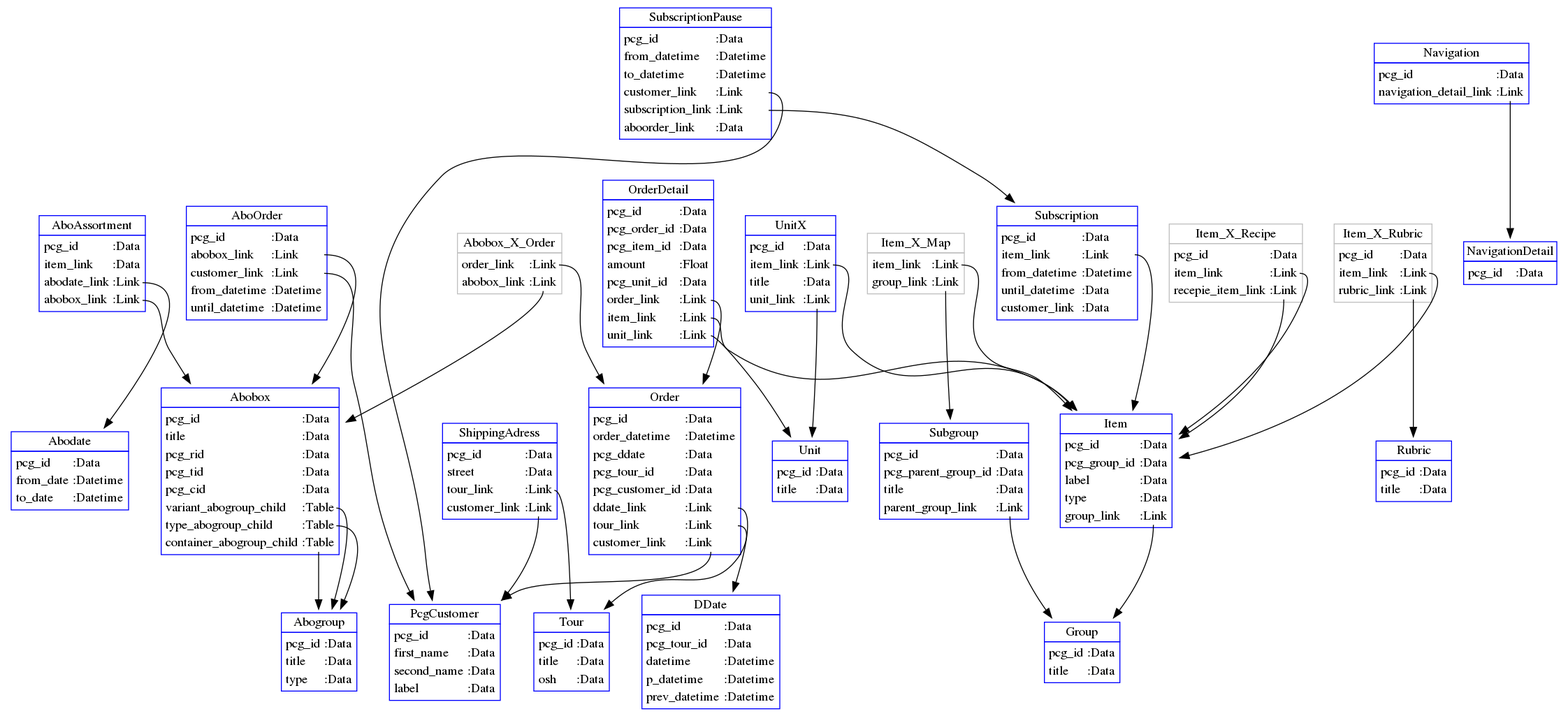
Earlier version of the Graphviz export out.png (stephenBDT/frappe-doctype-to-er-dot). Its source is kept beside it as out.dot.
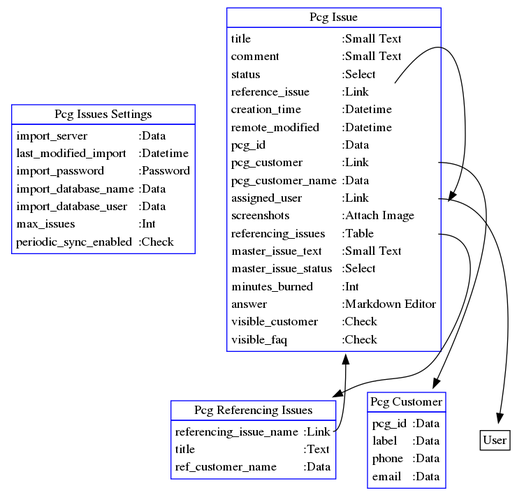
Above is the later version.

What changed in the source:
```diff
@@ -1,206 +1,80 @@
 digraph models_diagram {
- graph[overlap=false, splines=true]Abobox[
+ graph[overlap=false, splines=true]PcgIssuesSettings[
 shape=plaintext
 label=<<table border='0' cellborder='1' color='blue' cellspacing='0'>
-<tr><td>Abobox</td></tr>
+<tr><td>Pcg Issues Settings</td></tr>
 <tr><td><table border='0' color='orange' cellspacing='0' cellborder='0'>
-<tr><td align='left'>pcg_id</td><td align='left'  port='pcg_id'>:Data</td></tr>
+<tr><td align='left'>import_server</td><td align='left'  port='import_server'>:Data</td></tr>
 
-<tr><td align='left'>title</td><td align='left'  port='title'>:Data</td></tr>
+<tr><td align='left'>last_modified_import</td><td align='left'  port='last_modified_import'>:Datetime</td></tr>
 
-<tr><td align='left'>pcg_rid</td><td align='left'  port='pcg_rid'>:Data</td></tr>
+<tr><td align='left'>import_password</td><td align='left'  port='import_password'>:Password</td></tr>
 
-<tr><td align='left'>pcg_tid</td><td align='left'  port='pcg_tid'>:Data</td></tr>
+<tr><td align='left'>import_database_name</td><td align='left'  port='import_database_name'>:Data</td></tr>
 
-<tr><td align='left'>pcg_cid</td><td align='left'  port='pcg_cid'>:Data</td></tr>
+<tr><td align='left'>import_database_user</td><td align='left'  port='import_database_user'>:Data</td></tr>
 
-<tr><td align='left'>variant_abogroup_child</td><td align='left'  port='variant_abogroup_child'>:Table</td></tr>
+<tr><td align='left'>max_issues</td><td align='left'  port='max_issues'>:Int</td></tr>
 
-<tr><td align='left'>type_abogroup_child</td><td align='left'  port='type_abogroup_child'>:Table</td></tr>
-
-<tr><td align='left'>container_abogroup_child</td><td align='left'  port='container_abogroup_child'>:Table</td></tr>
+<tr><td align='left'>periodic_sync_enabled</td><td align='left'  port='periodic_sync_enabled'>:Check</td></tr>
 </table></td></tr>
 </table>
 >];
 
-Unit[
+PcgIssue[
 shape=plaintext
 label=<<table border='0' cellborder='1' color='blue' cellspacing='0'>
-<tr><td>Unit</td></tr>
+<tr><td>Pcg Issue</td></tr>
 <tr><td><table border='0' color='orange' cellspacing='0' cellborder='0'>
+<tr><td align='left'>title</td><td align='left'  port='title'>:Small Text</td></tr>
+
+<tr><td align='left'>comment</td><td align='left'  port='comment'>:Small Text</td></tr>
+
+<tr><td align='left'>status</td><td align='left'  port='status'>:Select</td></tr>
+
+<tr><td align='left'>reference_issue</td><td align='left'  port='reference_issue'>:Link</td></tr>
+
+<tr><td align='left'>creation_time</td><td align='left'  port='creation_time'>:Datetime</td></tr>
+
+<tr><td align='left'>remote_modified</td><td align='left'  port='remote_modified'>:Datetime</td></tr>
+
 <tr><td align='left'>pcg_id</td><td align='left'  port='pcg_id'>:Data</td></tr>
 
-<tr><td align='left'>title</td><td align='left'  port='title'>:Data</td></tr>
+<tr><td align='left'>pcg_customer</td><td align='left'  port='pcg_customer'>:Link</td></tr>
+
+<tr><td align='left'>pcg_customer_name</td><td align='left'  port='pcg_customer_name'>:Data</td></tr>
+
+<tr><td align='left'>assigned_user</td><td align='left'  port='assigned_user'>:Link</td></tr>
+
+<tr><td align='left'>screenshots</td><td align='left'  port='screenshots'>:Attach Image</td></tr>
+
+<tr><td align='left'>referencing_issues</td><td align='left'  port='referencing_issues'>:Table</td></tr>
+
+<tr><td align='left'>master_issue_text</td><td align='left'  port='master_issue_text'>:Small Text</td></tr>
+
+<tr><td align='left'>master_issue_status</td><td align='left'  port='master_issue_status'>:Select</td></tr>
+
+<tr><td align='left'>minutes_burned</td><td align='left'  port='minutes_burned'>:Int</td></tr>
+
+<tr><td align='left'>answer</td><td align='left'  port='answer'>:Markdown Editor</td></tr>
+
+<tr><td align='left'>visible_customer</td><td align='left'  port='visible_customer'>:Check</td></tr>
+
+<tr><td align='left'>visible_faq</td><td align='left'  port='visible_faq'>:Check</td></tr>
 </table></td></tr>
 </table>
 >];
 
-Item[
+PcgReferencingIssues[
 shape=plaintext
 label=<<table border='0' cellborder='1' color='blue' cellspacing='0'>
-<tr><td>Item</td></tr>
+<tr><td>Pcg Referencing Issues</td></tr>
 <tr><td><table border='0' color='orange' cellspacing='0' cellborder='0'>
-<tr><td align='left'>pcg_id</td><td align='left'  port='pcg_id'>:Data</td></tr>
+<tr><td align='left'>referencing_issue_name</td><td align='left'  port='referencing_issue_name'>:Link</td></tr>
 
-<tr><td align='left'>pcg_group_id</td><td align='left'  port='pcg_group_id'>:Data</td></tr>
+<tr><td align='left'>title</td><td align='left'  port='title'>:Text</td></tr>
 
-<tr><td align='left'>label</td><td align='left'  port='label'>:Data</td></tr>
-
-<tr><td align='left'>type</td><td align='left'  port='type'>:Data</td></tr>
-
-<tr><td align='left'>group_link</td><td align='left'  port='group_link'>:Link</td></tr>
-</table></td></tr>
-</table>
->];
-
-DDate[
-shape=plaintext
-label=<<table border='0' cellborder='1' color='blue' cellspacing='0'>
-<tr><td>DDate</td></tr>
-<tr><td><table border='0' color='orange' cellspacing='0' cellborder='0'>
-<tr><td align='left'>pcg_id</td><td align='left'  port='pcg_id'>:Data</td></tr>
-
-<tr><td align='left'>pcg_tour_id</td><td align='left'  port='pcg_tour_id'>:Data</td></tr>
-
-<tr><td align='left'>datetime</td><td align='left'  port='datetime'>:Datetime</td></tr>
-
-<tr><td align='left'>p_datetime</td><td align='left'  port='p_datetime'>:Datetime</td></tr>
-
-<tr><td align='left'>prev_datetime</td><td align='left'  port='prev_datetime'>:Datetime</td></tr>
-</table></td></tr>
-</table>
->];
-
-Rubric[
-shape=plaintext
-label=<<table border='0' cellborder='1' color='blue' cellspacing='0'>
-<tr><td>Rubric</td></tr>
-<tr><td><table border='0' color='orange' cellspacing='0' cellborder='0'>
-<tr><td align='left'>pcg_id</td><td align='left'  port='pcg_id'>:Data</td></tr>
-
-<tr><td align='left'>title</td><td align='left'  port='title'>:Data</td></tr>
-</table></td></tr>
-</table>
->];
-
-NavigationDetail[
-shape=plaintext
-label=<<table border='0' cellborder='1' color='blue' cellspacing='0'>
-<tr><td>NavigationDetail</td></tr>
-<tr><td><table border='0' color='orange' cellspacing='0' cellborder='0'>
-<tr><td align='left'>pcg_id</td><td align='left'  port='pcg_id'>:Data</td></tr>
-</table></td></tr>
-</table>
->];
-
-OrderDetail[
-shape=plaintext
-label=<<table border='0' cellborder='1' color='blue' cellspacing='0'>
-<tr><td>OrderDetail</td></tr>
-<tr><td><table border='0' color='orange' cellspacing='0' cellborder='0'>
-<tr><td align='left'>pcg_id</td><td align='left'  port='pcg_id'>:Data</td></tr>
-
-<tr><td align='left'>pcg_order_id</td><td align='left'  port='pcg_order_id'>:Data</td></tr>
-
-<tr><td align='left'>pcg_item_id</td><td align='left'  port='pcg_item_id'>:Data</td></tr>
-
-<tr><td align='left'>amount</td><td align='left'  port='amount'>:Float</td></tr>
-
-<tr><td align='left'>pcg_unit_id</td><td align='left'  port='pcg_unit_id'>:Data</td></tr>
-
-<tr><td align='left'>order_link</td><td align='left'  port='order_link'>:Link</td></tr>
-
-<tr><td align='left'>item_link</td><td align='left'  port='item_link'>:Link</td></tr>
-
-<tr><td align='left'>unit_link</td><td align='left'  port='unit_link'>:Link</td></tr>
-</table></td></tr>
-</table>
->];
-
-SubscriptionPause[
-shape=plaintext
-label=<<table border='0' cellborder='1' color='blue' cellspacing='0'>
-<tr><td>SubscriptionPause</td></tr>
-<tr><td><table border='0' color='orange' cellspacing='0' cellborder='0'>
-<tr><td align='left'>pcg_id</td><td align='left'  port='pcg_id'>:Data</td></tr>
-
-<tr><td align='left'>from_datetime</td><td align='left'  port='from_datetime'>:Datetime</td></tr>
-
-<tr><td align='left'>to_datetime</td><td align='left'  port='to_datetime'>:Datetime</td></tr>
-
-<tr><td align='left'>customer_link</td><td align='left'  port='customer_link'>:Link</td></tr>
-
-<tr><td align='left'>subscription_link</td><td align='left'  port='subscription_link'>:Link</td></tr>
-
-<tr><td align='left'>aboorder_link</td><td align='left'  port='aboorder_link'>:Data</td></tr>
-</table></td></tr>
-</table>
->];
-
-Abogroup[
-shape=plaintext
-label=<<table border='0' cellborder='1' color='blue' cellspacing='0'>
-<tr><td>Abogroup</td></tr>
-<tr><td><table border='0' color='orange' cellspacing='0' cellborder='0'>
-<tr><td align='left'>pcg_id</td><td align='left'  port='pcg_id'>:Data</td></tr>
-
-<tr><td align='left'>title</td><td align='left'  port='title'>:Data</td></tr>
-
-<tr><td align='left'>type</td><td align='left'  port='type'>:Data</td></tr>
-</table></td></tr>
-</table>
->];
-
-Tour[
-shape=plaintext
-label=<<table border='0' cellborder='1' color='blue' cellspacing='0'>
-<tr><td>Tour</td></tr>
-<tr><td><table border='0' color='orange' cellspacing='0' cellborder='0'>
-<tr><td align='left'>pcg_id</td><td align='left'  port='pcg_id'>:Data</td></tr>
-
-<tr><td align='left'>title</td><td align='left'  port='title'>:Data</td></tr>
-
-<tr><td align='left'>osh</td><td align='left'  port='osh'>:Data</td></tr>
-</table></td></tr>
-</table>
->];
-
-UnitX[
-shape=plaintext
-label=<<table border='0' cellborder='1' color='blue' cellspacing='0'>
-<tr><td>UnitX</td></tr>
-<tr><td><table border='0' color='orange' cellspacing='0' cellborder='0'>
-<tr><td align='left'>pcg_id</td><td align='left'  port='pcg_id'>:Data</td></tr>
-
-<tr><td align='left'>item_link</td><td align='left'  port='item_link'>:Link</td></tr>
-
-<tr><td align='left'>title</td><td align='left'  port='title'>:Data</td></tr>
-
-<tr><td align='left'>unit_link</td><td align='left'  port='unit_link'>:Link</td></tr>
-</table></td></tr>
-</table>
->];
-
-Group[
-shape=plaintext
-label=<<table border='0' cellborder='1' color='blue' cellspacing='0'>
-<tr><td>Group</td></tr>
-<tr><td><table border='0' color='orange' cellspacing='0' cellborder='0'>
-<tr><td align='left'>pcg_id</td><td align='left'  port='pcg_id'>:Data</td></tr>
-
-<tr><td align='left'>title</td><td align='left'  port='title'>:Data</td></tr>
-</table></td></tr>
-</table>
->];
-
-Navigation[
-shape=plaintext
-label=<<table border='0' cellborder='1' color='blue' cellspacing='0'>
-<tr><td>Navigation</td></tr>
-<tr><td><table border='0' color='orange' cellspacing='0' cellborder='0'>
-<tr><td align='left'>pcg_id</td><td align='left'  port='pcg_id'>:Data</td></tr>
-
-<tr><td align='left'>navigation_detail_link</td><td align='left'  port='navigation_detail_link'>:Link</td></tr>
+<tr><td align='left'>ref_customer_name</td><td align='left'  port='ref_customer_name'>:Data</td></tr>
 </table></td></tr>
 </table>
 >];
@@ -208,219 +82,26 @@
 PcgCustomer[
 shape=plaintext
 label=<<table border='0' cellborder='1' color='blue' cellspacing='0'>
-<tr><td>PcgCustomer</td></tr>
+<tr><td>Pcg Customer</td></tr>
 <tr><td><table border='0' color='orange' cellspacing='0' cellborder='0'>
 <tr><td align='left'>pcg_id</td><td align='left'  port='pcg_id'>:Data</td></tr>
 
-<tr><td align='left'>first_name</td><td align='left'  port='first_name'>:Data</td></tr>
+<tr><td align='left'>label</td><td align='left'  port='label'>:Data</td></tr>
 
-<tr><td align='left'>second_name</td><td align='left'  port='second_name'>:Data</td></tr>
+<tr><td align='left'>phone</td><td align='left'  port='phone'>:Data</td></tr>
 
-<tr><td align='left'>label</td><td align='left'  port='label'>:Data</td></tr>
+<tr><td align='left'>email</td><td align='left'  port='email'>:Data</td></tr>
 </table></td></tr>
 </table>
 >];
 
-AboOrder[
+User[
 shape=plaintext
-label=<<table border='0' cellborder='1' color='blue' cellspacing='0'>
-<tr><td>AboOrder</td></tr>
-<tr><td><table border='0' color='orange' cellspacing='0' cellborder='0'>
-<tr><td align='left'>pcg_id</td><td align='left'  port='pcg_id'>:Data</td></tr>
-
-<tr><td align='left'>abobox_link</td><td align='left'  port='abobox_link'>:Link</td></tr>
-
-<tr><td align='left'>customer_link</td><td align='left'  port='customer_link'>:Link</td></tr>
-
-<tr><td align='left'>from_datetime</td><td align='left'  port='from_datetime'>:Datetime</td></tr>
-
-<tr><td align='left'>until_datetime</td><td align='left'  port='until_datetime'>:Datetime</td></tr>
-</table></td></tr>
+label=<<table border='0' cellborder='1' color='' cellspacing='0'>
+<tr><td>User</td></tr>
 </table>
->];
-
-Abobox_X_Order[
-shape=plaintext
-label=<<table border='0' cellborder='1' color='gray' cellspacing='0'>
-<tr><td>Abobox_X_Order</td></tr>
-<tr><td><table border='0' color='orange' cellspacing='0' cellborder='0'>
-<tr><td align='left'>order_link</td><td align='left'  port='order_link'>:Link</td></tr>
-
-<tr><td align='left'>abobox_link</td><td align='left'  port='abobox_link'>:Link</td></tr>
-</table></td></tr>
-</table>
->];
-
-Abodate[
-shape=plaintext
-label=<<table border='0' cellborder='1' color='blue' cellspacing='0'>
-<tr><td>Abodate</td></tr>
-<tr><td><table border='0' color='orange' cellspacing='0' cellborder='0'>
-<tr><td align='left'>pcg_id</td><td align='left'  port='pcg_id'>:Data</td></tr>
-
-<tr><td align='left'>from_date</td><td align='left'  port='from_date'>:Datetime</td></tr>
-
-<tr><td align='left'>to_date</td><td align='left'  port='to_date'>:Datetime</td></tr>
-</table></td></tr>
-</table>
->];
-
-Item_X_Map[
-shape=plaintext
-label=<<table border='0' cellborder='1' color='gray' cellspacing='0'>
-<tr><td>Item_X_Map</td></tr>
-<tr><td><table border='0' color='orange' cellspacing='0' cellborder='0'>
-<tr><td align='left'>item_link</td><td align='left'  port='item_link'>:Link</td></tr>
-
-<tr><td align='left'>group_link</td><td align='left'  port='group_link'>:Link</td></tr>
-</table></td></tr>
-</table>
->];
-
-Subscription[
-shape=plaintext
-label=<<table border='0' cellborder='1' color='blue' cellspacing='0'>
-<tr><td>Subscription</td></tr>
-<tr><td><table border='0' color='orange' cellspacing='0' cellborder='0'>
-<tr><td align='left'>pcg_id</td><td align='left'  port='pcg_id'>:Data</td></tr>
-
-<tr><td align='left'>item_link</td><td align='left'  port='item_link'>:Link</td></tr>
-
-<tr><td align='left'>from_datetime</td><td align='left'  port='from_datetime'>:Datetime</td></tr>
-
-<tr><td align='left'>until_datetime</td><td align='left'  port='until_datetime'>:Data</td></tr>
-
-<tr><td align='left'>customer_link</td><td align='left'  port='customer_link'>:Data</td></tr>
-</table></td></tr>
-</table>
->];
-
-Order[
-shape=plaintext
-label=<<table border='0' cellborder='1' color='blue' cellspacing='0'>
-<tr><td>Order</td></tr>
-<tr><td><table border='0' color='orange' cellspacing='0' cellborder='0'>
-<tr><td align='left'>pcg_id</td><td align='left'  port='pcg_id'>:Data</td></tr>
-
-<tr><td align='left'>order_datetime</td><td align='left'  port='order_datetime'>:Datetime</td></tr>
-
-<tr><td align='left'>pcg_ddate</td><td align='left'  port='pcg_ddate'>:Data</td></tr>
-
-<tr><td align='left'>pcg_tour_id</td><td align='left'  port='pcg_tour_id'>:Data</td></tr>
-
-<tr><td align='left'>pcg_customer_id</td><td align='left'  port='pcg_customer_id'>:Data</td></tr>
-
-<tr><td align='left'>ddate_link</td><td align='left'  port='ddate_link'>:Link</td></tr>
-
-<tr><td align='left'>tour_link</td><td align='left'  port='tour_link'>:Link</td></tr>
-
-<tr><td align='left'>customer_link</td><td align='left'  port='customer_link'>:Link</td></tr>
-</table></td></tr>
-</table>
->];
-
-ShippingAdress[
-shape=plaintext
-label=<<table border='0' cellborder='1' color='blue' cellspacing='0'>
-<tr><td>ShippingAdress</td></tr>
-<tr><td><table border='0' color='orange' cellspacing='0' cellborder='0'>
-<tr><td align='left'>pcg_id</td><td align='left'  port='pcg_id'>:Data</td></tr>
-
-<tr><td align='left'>street</td><td align='left'  port='street'>:Data</td></tr>
-
-<tr><td align='left'>tour_link</td><td align='left'  port='tour_link'>:Link</td></tr>
-
-<tr><td align='left'>customer_link</td><td align='left'  port='customer_link'>:Link</td></tr>
-</table></td></tr>
-</table>
->];
-
-AboAssortment[
-shape=plaintext
-label=<<table border='0' cellborder='1' color='blue' cellspacing='0'>
-<tr><td>AboAssortment</td></tr>
-<tr><td><table border='0' color='orange' cellspacing='0' cellborder='0'>
-<tr><td align='left'>pcg_id</td><td align='left'  port='pcg_id'>:Data</td></tr>
-
-<tr><td align='left'>item_link</td><td align='left'  port='item_link'>:Data</td></tr>
-
-<tr><td align='left'>abodate_link</td><td align='left'  port='abodate_link'>:Link</td></tr>
-
-<tr><td align='left'>abobox_link</td><td align='left'  port='abobox_link'>:Link</td></tr>
-</table></td></tr>
-</table>
->];
-
-Item_X_Rubric[
-shape=plaintext
-label=<<table border='0' cellborder='1' color='gray' cellspacing='0'>
-<tr><td>Item_X_Rubric</td></tr>
-<tr><td><table border='0' color='orange' cellspacing='0' cellborder='0'>
-<tr><td align='left'>pcg_id</td><td align='left'  port='pcg_id'>:Data</td></tr>
-
-<tr><td align='left'>item_link</td><td align='left'  port='item_link'>:Link</td></tr>
-
-<tr><td align='left'>rubric_link</td><td align='left'  port='rubric_link'>:Link</td></tr>
-</table></td></tr>
-</table>
->];
-
-Subgroup[
-shape=plaintext
-label=<<table border='0' cellborder='1' color='blue' cellspacing='0'>
-<tr><td>Subgroup</td></tr>
-<tr><td><table border='0' color='orange' cellspacing='0' cellborder='0'>
-<tr><td align='left'>pcg_id</td><td align='left'  port='pcg_id'>:Data</td></tr>
-
-<tr><td align='left'>pcg_parent_group_id</td><td align='left'  port='pcg_parent_group_id'>:Data</td></tr>
-
-<tr><td align='left'>title</td><td align='left'  port='title'>:Data</td></tr>
-
-<tr><td align='left'>parent_group_link</td><td align='left'  port='parent_group_link'>:Link</td></tr>
-</table></td></tr>
-</table>
->];
-
-Item_X_Recipe[
-shape=plaintext
-label=<<table border='0' cellborder='1' color='gray' cellspacing='0'>
-<tr><td>Item_X_Recipe</td></tr>
-<tr><td><table border='0' color='orange' cellspacing='0' cellborder='0'>
-<tr><td align='left'>pcg_id</td><td align='left'  port='pcg_id'>:Data</td></tr>
-
-<tr><td align='left'>item_link</td><td align='left'  port='item_link'>:Link</td></tr>
-
-<tr><td align='left'>recepie_item_link</td><td align='left'  port='recepie_item_link'>:Link</td></tr>
-</table></td></tr>
-</table>
->];Abobox:variant_abogroup_child -> Abogroup
-Abobox:type_abogroup_child -> Abogroup
-Abobox:container_abogroup_child -> Abogroup
-Item:group_link -> Group
-OrderDetail:order_link -> Order
-OrderDetail:item_link -> Item
-OrderDetail:unit_link -> Unit
-SubscriptionPause:customer_link -> PcgCustomer
-SubscriptionPause:subscription_link -> Subscription
-UnitX:item_link -> Item
-UnitX:unit_link -> Unit
-Navigation:navigation_detail_link -> NavigationDetail
-AboOrder:abobox_link -> Abobox
-AboOrder:customer_link -> PcgCustomer
-Abobox_X_Order:order_link -> Order
-Abobox_X_Order:abobox_link -> Abobox
-Item_X_Map:item_link -> Item
-Item_X_Map:group_link -> Subgroup
-Subscription:item_link -> Item
-Order:ddate_link -> DDate
-Order:tour_link -> Tour
-Order:customer_link -> PcgCustomer
-ShippingAdress:tour_link -> Tour
-ShippingAdress:customer_link -> PcgCustomer
-AboAssortment:abodate_link -> Abodate
-AboAssortment:abobox_link -> Abobox
-Item_X_Rubric:item_link -> Item
-Item_X_Rubric:rubric_link -> Rubric
-Subgroup:parent_group_link -> Group
-Item_X_Recipe:item_link -> Item
-Item_X_Recipe:recepie_item_link -> Item}
+>];PcgIssue:reference_issue -> PcgIssue
+PcgIssue:pcg_customer -> PcgCustomer
+PcgIssue:assigned_user -> User
+PcgIssue:referencing_issues -> PcgReferencingIssues
+PcgReferencingIssues:referencing_issue_name -> PcgIssue}
```
